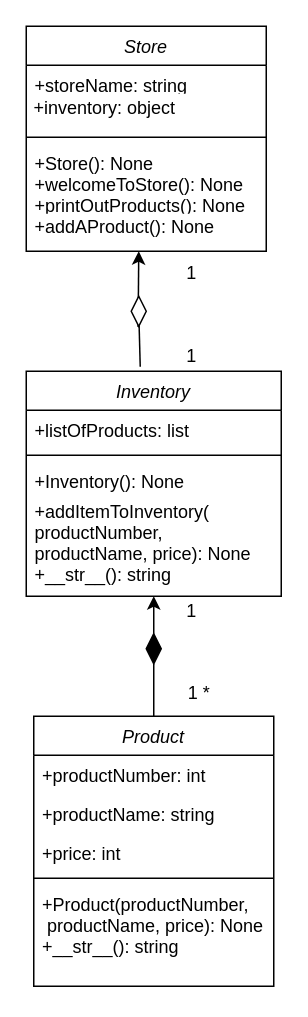
ExtremeMalmz/Python-lab3 keeps this draw.io diagram as Namnlöst diagram.drawio. Above is the earlier version. Source tidied: cells renumbered, new cells numbered last; positions are measured from the earlier drawing's top-left corner, leaving out a move shared by most shapes. Both pictures are drawn from the tidied source at 150%, with x=0, y=0 at pixel (26, 26).
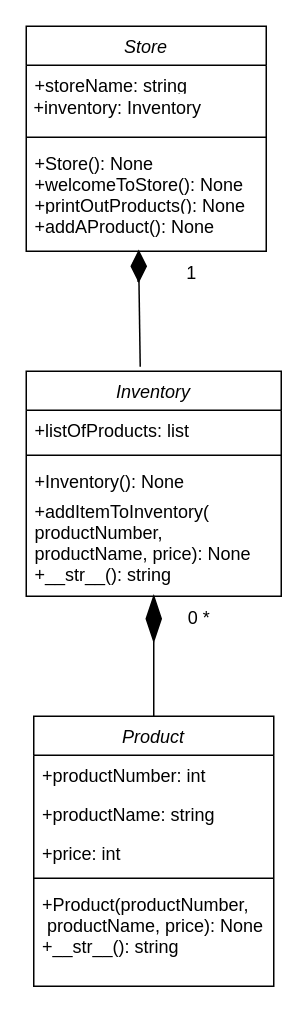
The same page after the edit.

The change refers to these unchanged cells:
```xml
<mxCell id="2" value="Store&#10;" style="swimlane;fontStyle=2;align=center;verticalAlign=top;horizontal=1;startSize=26;rounded=0;shadow=0;strokeWidth=1;" parent="1" vertex="1">
  <mxGeometry width="160" height="150" as="geometry" />
</mxCell>
<mxCell id="8" value="Inventory&#10;" style="swimlane;fontStyle=2;align=center;verticalAlign=top;horizontal=1;startSize=26;rounded=0;shadow=0;strokeWidth=1;" parent="1" vertex="1">
  <mxGeometry y="230" width="170" height="150" as="geometry" />
</mxCell>
<mxCell id="13" value="Product" style="swimlane;fontStyle=2;align=center;verticalAlign=top;horizontal=1;startSize=26;rounded=0;shadow=0;strokeWidth=1;" parent="1" vertex="1">
  <mxGeometry x="5" y="460" width="160" height="180" as="geometry" />
</mxCell>
```

Change to the diagram source:
```diff
@@
-    <mxCell id="4" value="&amp;nbsp;+inventory: object" style="text;html=1;align=left;verticalAlign=middle;strokeColor=none;fillColor=none;" parent="2" vertex="1">
+    <mxCell id="4" value="&amp;nbsp;+inventory: Inventory" style="text;html=1;align=left;verticalAlign=middle;strokeColor=none;fillColor=none;" parent="2" vertex="1">
       <mxGeometry y="40" width="160" height="30" as="geometry" />
     </mxCell>
@@
-    <mxCell id="20" style="rhombus;whiteSpace=wrap;html=1;" parent="1" vertex="1">
-      <mxGeometry x="70" y="180" width="10" height="20" as="geometry" />
+    <mxCell id="20" style="rhombus;whiteSpace=wrap;html=1;fillColor=#000000;" parent="1" vertex="1">
+      <mxGeometry x="70" y="150" width="10" height="20" as="geometry" />
     </mxCell>
@@
-    <mxCell id="22" style="endArrow=classic;html=1;rounded=0;entryX=0.5;entryY=1;entryDx=0;entryDy=0;startArrow=none;" parent="1" edge="1" source="23" target="8">
-      <mxGeometry relative="1" as="geometry" />
-    </mxCell>
-    <mxCell id="23" style="rhombus;whiteSpace=wrap;html=1;fillColor=#000000;" parent="1" vertex="1">
-      <mxGeometry x="80" y="405" width="10" height="20" as="geometry" />
-    </mxCell>
-    <mxCell id="24" style="endArrow=none;html=1;rounded=0;entryX=0.5;entryY=1;entryDx=0;entryDy=0;" parent="1" edge="1" source="13" target="23">
-      <mxGeometry relative="1" as="geometry" />
-    </mxCell>
-    <mxCell id="25" value="1" style="text;html=1;align=center;verticalAlign=middle;strokeColor=none;fillColor=none;" parent="1" vertex="1">
-      <mxGeometry x="95" y="205" width="30" height="30" as="geometry" />
-    </mxCell>
-    <mxCell id="26" value="1" style="text;html=1;align=center;verticalAlign=middle;strokeColor=none;fillColor=none;" parent="1" vertex="1">
-      <mxGeometry x="95" y="375" width="30" height="30" as="geometry" />
-    </mxCell>
-    <mxCell id="27" value="1 *" style="text;html=1;align=center;verticalAlign=middle;strokeColor=none;fillColor=none;" parent="1" vertex="1">
-      <mxGeometry x="95" y="430" width="40" height="30" as="geometry" />
+    <mxCell id="27" value="0 *" style="text;html=1;align=center;verticalAlign=middle;strokeColor=none;fillColor=none;" parent="1" vertex="1">
+      <mxGeometry x="95" y="380" width="40" height="30" as="geometry" />
     </mxCell>
@@
+    <mxCell id="29" style="endArrow=none;html=1;rounded=0;exitX=0.5;exitY=0;exitDx=0;exitDy=0;entryX=0.5;entryY=1;entryDx=0;entryDy=0;startArrow=none;" parent="1" edge="1" source="30" target="8">
+      <mxGeometry relative="1" as="geometry" />
+    </mxCell>
+    <mxCell id="30" style="rhombus;whiteSpace=wrap;html=1;fillColor=#000000;" parent="1" vertex="1">
+      <mxGeometry x="80" y="380" width="10" height="30" as="geometry" />
+    </mxCell>
+    <mxCell id="31" style="endArrow=none;html=1;rounded=0;exitX=0.5;exitY=0;exitDx=0;exitDy=0;entryX=0.5;entryY=1;entryDx=0;entryDy=0;" parent="1" edge="1" source="13" target="30">
+      <mxGeometry relative="1" as="geometry" />
+    </mxCell>
```
